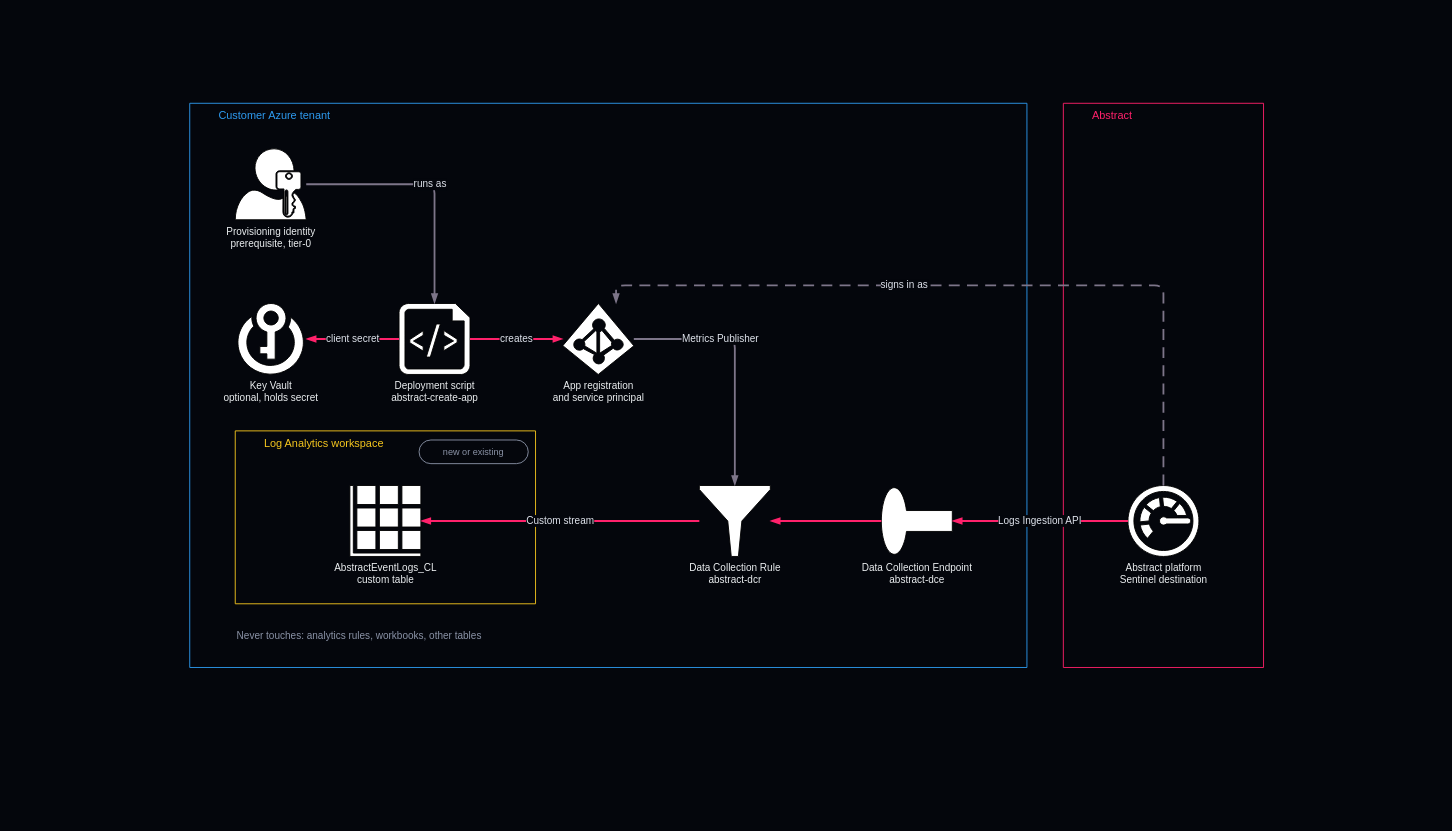
IamABS3C/abstract-cloud-templates keeps this draw.io diagram as templates/azure/azure-destination-sentinel-app-by-script/diagram.drawio. Above is the earlier version. Source tidied: cells renumbered, new cells numbered last; positions are measured from the earlier drawing's top-left corner, leaving out a move shared by most shapes. Both pictures are drawn from the tidied source at 91%, with x=0, y=0 at pixel (189, 103). Pictures stored in the file or linked from it are replaced by grey dashed boxes.
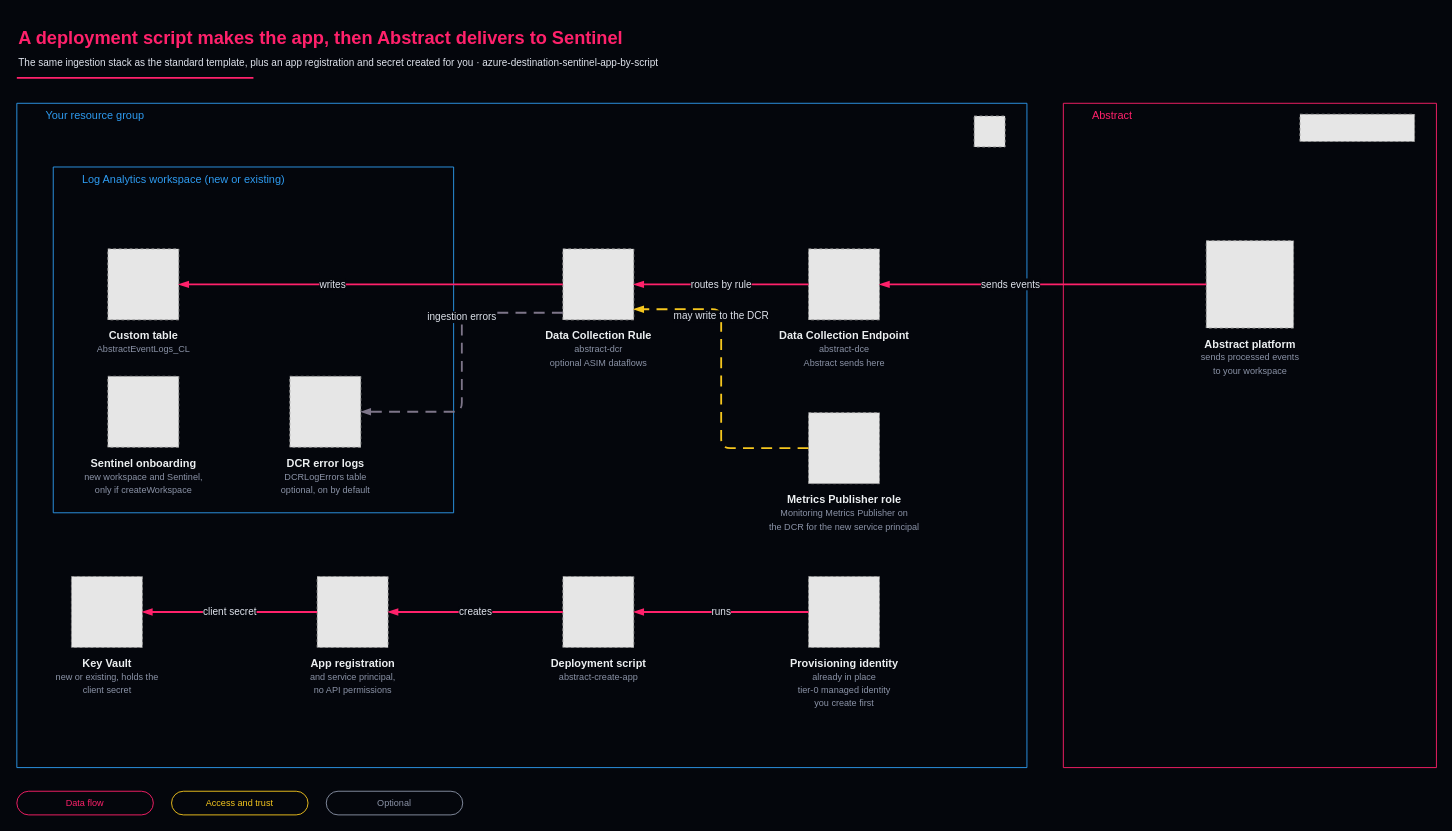
After the change.

What changed in the source:
```diff
@@
-    <mxCell id="2" value="Customer Azure tenant" style="gradientColor=none;html=1;whiteSpace=wrap;fontSize=12;fontStyle=0;shape=mxgraph.aws4.group;grStroke=1;strokeColor=#2e9bf0;fillColor=none;verticalAlign=top;fontColor=#2e9bf0;align=left;spacingLeft=30;" parent="1" vertex="1">
-      <mxGeometry width="920" height="620" as="geometry" />
-    </mxCell>
+    <mxCell id="23" value="Your resource group" style="gradientColor=none;html=1;whiteSpace=wrap;fontSize=12;fontStyle=0;shape=mxgraph.aws4.group;grStroke=1;strokeColor=#2e9bf0;fillColor=none;verticalAlign=top;fontColor=#2e9bf0;align=left;spacingLeft=30;" parent="1" vertex="1">
+      <mxGeometry x="-190" width="1110" height="730" as="geometry" />
+    </mxCell>
     <mxCell id="3" value="Abstract" style="gradientColor=none;html=1;whiteSpace=wrap;fontSize=12;fontStyle=0;shape=mxgraph.aws4.group;grStroke=1;strokeColor=#FF216B;fillColor=none;verticalAlign=top;fontColor=#FF216B;align=left;spacingLeft=30;" parent="1" vertex="1">
-      <mxGeometry x="960" width="220" height="620" as="geometry" />
+      <mxGeometry x="960" width="410" height="730" as="geometry" />
     </mxCell>
-    <mxCell id="4" value="Log Analytics workspace" style="gradientColor=none;html=1;whiteSpace=wrap;fontSize=12;fontStyle=0;shape=mxgraph.aws4.group;grStroke=1;strokeColor=#f5c61e;fillColor=none;verticalAlign=top;fontColor=#f5c61e;align=left;spacingLeft=30;" parent="2" vertex="1">
-      <mxGeometry x="50" y="360" width="330" height="190" as="geometry" />
+    <mxCell id="4" value="Log Analytics workspace (new or existing)" style="gradientColor=none;html=1;whiteSpace=wrap;fontSize=12;fontStyle=0;shape=mxgraph.aws4.group;grStroke=1;strokeColor=#2e9bf0;fillColor=none;verticalAlign=top;fontColor=#2e9bf0;align=left;spacingLeft=30;" parent="23" vertex="1">
+      <mxGeometry x="40" y="70" width="440" height="380" as="geometry" />
     </mxCell>
-    <mxCell id="5" value="AbstractEventLogs_CL&lt;br&gt;custom table" style="sketch=0;html=1;outlineConnect=0;fontColor=#ECEFF1;verticalLabelPosition=bottom;verticalAlign=top;align=center;fontSize=11;shape=mxgraph.mscae.enterprise.table;" parent="4" vertex="1">
-      <mxGeometry x="126" y="60" width="78" height="78" as="geometry" />
-    </mxCell>
+    <mxCell id="24" style="fillColor=#E6E6E6;strokeColor=#999999;dashed=1;html=1;verticalLabelPosition=bottom;verticalAlign=top;align=center;fontColor=#ECEFF1;fontSize=12;fontFamily=Barlow;spacingTop=4;" parent="23" vertex="1">
+      <mxGeometry x="1052" y="14" width="34" height="34" as="geometry" />
+    </mxCell>
+    <mxCell id="25" style="fillColor=#E6E6E6;strokeColor=#999999;dashed=1;html=1;verticalLabelPosition=bottom;verticalAlign=top;align=center;fontColor=#ECEFF1;fontSize=12;fontFamily=Barlow;spacingTop=4;" parent="3" vertex="1">
+      <mxGeometry x="260" y="12" width="126" height="30" as="geometry" />
+    </mxCell>
+    <mxCell id="26" value="&lt;b&gt;Abstract platform&lt;/b&gt;&lt;br&gt;&lt;span style='font-size:10px;color:#8b93a7'&gt;sends processed events&lt;br&gt;to your workspace&lt;/span&gt;" style="fillColor=#E6E6E6;strokeColor=#999999;dashed=1;html=1;verticalLabelPosition=bottom;verticalAlign=top;align=center;fontColor=#ECEFF1;fontSize=12;fontFamily=Barlow;spacingTop=4;" parent="3" vertex="1">
+      <mxGeometry x="157" y="151" width="96" height="96" as="geometry" />
+    </mxCell>
+    <mxCell id="7" value="&lt;b&gt;Data Collection Endpoint&lt;/b&gt;&lt;br&gt;&lt;span style='font-size:10px;color:#8b93a7'&gt;abstract-dce&lt;br&gt;Abstract sends here&lt;/span&gt;" style="fillColor=#E6E6E6;strokeColor=#999999;dashed=1;html=1;verticalLabelPosition=bottom;verticalAlign=top;align=center;fontColor=#ECEFF1;fontSize=12;fontFamily=Barlow;spacingTop=4;" parent="23" vertex="1">
+      <mxGeometry x="870" y="160" width="78" height="78" as="geometry" />
+    </mxCell>
-    <mxCell id="6" value="Data Collection Rule&lt;br&gt;abstract-dcr" style="sketch=0;html=1;outlineConnect=0;fontColor=#ECEFF1;verticalLabelPosition=bottom;verticalAlign=top;align=center;fontSize=11;shape=mxgraph.mscae.enterprise.filter;" parent="2" vertex="1">
-      <mxGeometry x="560" y="420" width="78" height="78" as="geometry" />
+    <mxCell id="6" value="&lt;b&gt;Data Collection Rule&lt;/b&gt;&lt;br&gt;&lt;span style='font-size:10px;color:#8b93a7'&gt;abstract-dcr&lt;br&gt;optional ASIM dataflows&lt;/span&gt;" style="fillColor=#E6E6E6;strokeColor=#999999;dashed=1;html=1;verticalLabelPosition=bottom;verticalAlign=top;align=center;fontColor=#ECEFF1;fontSize=12;fontFamily=Barlow;spacingTop=4;" parent="23" vertex="1">
+      <mxGeometry x="600" y="160" width="78" height="78" as="geometry" />
     </mxCell>
-    <mxCell id="7" value="Data Collection Endpoint&lt;br&gt;abstract-dce" style="sketch=0;html=1;outlineConnect=0;fontColor=#ECEFF1;verticalLabelPosition=bottom;verticalAlign=top;align=center;fontSize=11;shape=mxgraph.azure.service_endpoint;" parent="2" vertex="1">
-      <mxGeometry x="760" y="420" width="78" height="78" as="geometry" />
-    </mxCell>
-    <mxCell id="8" value="Abstract platform&lt;br&gt;Sentinel destination" style="sketch=0;html=1;outlineConnect=0;fontColor=#ECEFF1;verticalLabelPosition=bottom;verticalAlign=top;align=center;fontSize=11;shape=mxgraph.mscae.cloud.monitor;" parent="3" vertex="1">
-      <mxGeometry x="71" y="420" width="78" height="78" as="geometry" />
-    </mxCell>
-    <mxCell id="9" value="Provisioning identity&lt;br&gt;prerequisite, tier-0" style="sketch=0;html=1;outlineConnect=0;fontColor=#ECEFF1;verticalLabelPosition=bottom;verticalAlign=top;align=center;fontSize=11;shape=mxgraph.mscae.enterprise.user_permissions;" parent="2" vertex="1">
-      <mxGeometry x="50" y="50" width="78" height="78" as="geometry" />
-    </mxCell>
-    <mxCell id="10" value="Key Vault&lt;br&gt;optional, holds secret" style="sketch=0;html=1;outlineConnect=0;fontColor=#ECEFF1;verticalLabelPosition=bottom;verticalAlign=top;align=center;fontSize=11;shape=mxgraph.mscae.cloud.key_vault;" parent="2" vertex="1">
-      <mxGeometry x="50" y="220" width="78" height="78" as="geometry" />
-    </mxCell>
+    <mxCell id="27" value="&lt;b&gt;Custom table&lt;/b&gt;&lt;br&gt;&lt;span style='font-size:10px;color:#8b93a7'&gt;AbstractEventLogs_CL&lt;/span&gt;" style="fillColor=#E6E6E6;strokeColor=#999999;dashed=1;html=1;verticalLabelPosition=bottom;verticalAlign=top;align=center;fontColor=#ECEFF1;fontSize=12;fontFamily=Barlow;spacingTop=4;" parent="4" vertex="1">
+      <mxGeometry x="60" y="90" width="78" height="78" as="geometry" />
+    </mxCell>
+    <mxCell id="28" value="&lt;b&gt;Sentinel onboarding&lt;/b&gt;&lt;br&gt;&lt;span style='font-size:10px;color:#8b93a7'&gt;new workspace and Sentinel,&lt;br&gt;only if createWorkspace&lt;/span&gt;" style="fillColor=#E6E6E6;strokeColor=#999999;dashed=1;html=1;verticalLabelPosition=bottom;verticalAlign=top;align=center;fontColor=#ECEFF1;fontSize=12;fontFamily=Barlow;spacingTop=4;" parent="4" vertex="1">
+      <mxGeometry x="60" y="230" width="78" height="78" as="geometry" />
+    </mxCell>
+    <mxCell id="29" value="&lt;b&gt;DCR error logs&lt;/b&gt;&lt;br&gt;&lt;span style='font-size:10px;color:#8b93a7'&gt;DCRLogErrors table&lt;br&gt;optional, on by default&lt;/span&gt;" style="fillColor=#E6E6E6;strokeColor=#999999;dashed=1;html=1;verticalLabelPosition=bottom;verticalAlign=top;align=center;fontColor=#ECEFF1;fontSize=12;fontFamily=Barlow;spacingTop=4;" parent="4" vertex="1">
+      <mxGeometry x="260" y="230" width="78" height="78" as="geometry" />
+    </mxCell>
+    <mxCell id="30" value="&lt;b&gt;Metrics Publisher role&lt;/b&gt;&lt;br&gt;&lt;span style='font-size:10px;color:#8b93a7'&gt;Monitoring Metrics Publisher on&lt;br&gt;the DCR for the new service principal&lt;/span&gt;" style="fillColor=#E6E6E6;strokeColor=#999999;dashed=1;html=1;verticalLabelPosition=bottom;verticalAlign=top;align=center;fontColor=#ECEFF1;fontSize=12;fontFamily=Barlow;spacingTop=4;" parent="23" vertex="1">
+      <mxGeometry x="870" y="340" width="78" height="78" as="geometry" />
+    </mxCell>
+    <mxCell id="31" value="&lt;b&gt;Provisioning identity&lt;/b&gt;&lt;br&gt;&lt;span style='font-size:10px;color:#8b93a7'&gt;already in place&lt;br&gt;tier-0 managed identity&lt;br&gt;you create first&lt;/span&gt;" style="fillColor=#E6E6E6;strokeColor=#999999;dashed=1;html=1;verticalLabelPosition=bottom;verticalAlign=top;align=center;fontColor=#ECEFF1;fontSize=12;fontFamily=Barlow;spacingTop=4;" parent="23" vertex="1">
+      <mxGeometry x="870" y="520" width="78" height="78" as="geometry" />
+    </mxCell>
-    <mxCell id="11" value="Deployment script&lt;br&gt;abstract-create-app" style="sketch=0;html=1;outlineConnect=0;fontColor=#ECEFF1;verticalLabelPosition=bottom;verticalAlign=top;align=center;fontSize=11;shape=mxgraph.azure.script_file;" parent="2" vertex="1">
-      <mxGeometry x="230" y="220" width="78" height="78" as="geometry" />
+    <mxCell id="11" value="&lt;b&gt;Deployment script&lt;/b&gt;&lt;br&gt;&lt;span style='font-size:10px;color:#8b93a7'&gt;abstract-create-app&lt;/span&gt;" style="fillColor=#E6E6E6;strokeColor=#999999;dashed=1;html=1;verticalLabelPosition=bottom;verticalAlign=top;align=center;fontColor=#ECEFF1;fontSize=12;fontFamily=Barlow;spacingTop=4;" parent="23" vertex="1">
+      <mxGeometry x="600" y="520" width="78" height="78" as="geometry" />
     </mxCell>
-    <mxCell id="12" value="App registration&lt;br&gt;and service principal" style="sketch=0;html=1;outlineConnect=0;fontColor=#ECEFF1;verticalLabelPosition=bottom;verticalAlign=top;align=center;fontSize=11;shape=mxgraph.mscae.cloud.active_directory;" parent="2" vertex="1">
-      <mxGeometry x="410" y="220" width="78" height="78" as="geometry" />
+    <mxCell id="12" value="&lt;b&gt;App registration&lt;/b&gt;&lt;br&gt;&lt;span style='font-size:10px;color:#8b93a7'&gt;and service principal,&lt;br&gt;no API permissions&lt;/span&gt;" style="fillColor=#E6E6E6;strokeColor=#999999;dashed=1;html=1;verticalLabelPosition=bottom;verticalAlign=top;align=center;fontColor=#ECEFF1;fontSize=12;fontFamily=Barlow;spacingTop=4;" parent="23" vertex="1">
+      <mxGeometry x="330" y="520" width="78" height="78" as="geometry" />
     </mxCell>
+    <mxCell id="10" value="&lt;b&gt;Key Vault&lt;/b&gt;&lt;br&gt;&lt;span style='font-size:10px;color:#8b93a7'&gt;new or existing, holds the&lt;br&gt;client secret&lt;/span&gt;" style="fillColor=#E6E6E6;strokeColor=#999999;dashed=1;html=1;verticalLabelPosition=bottom;verticalAlign=top;align=center;fontColor=#ECEFF1;fontSize=12;fontFamily=Barlow;spacingTop=4;" parent="23" vertex="1">
+      <mxGeometry x="60" y="520" width="78" height="78" as="geometry" />
+    </mxCell>
-    <mxCell id="13" value="Logs Ingestion API" style="edgeStyle=orthogonalEdgeStyle;rounded=1;html=1;jettySize=auto;strokeColor=#FF216B;strokeWidth=2;fontColor=#dfe3ec;fontFamily=Barlow;fontSize=11;labelBackgroundColor=#04060c;endArrow=blockThin;endFill=1;flowAnimation=1;exitX=0;exitY=0.5;exitDx=0;exitDy=0;entryX=1;entryY=0.5;entryDx=0;entryDy=0;" parent="1" edge="1" source="8" target="7">
-      <mxGeometry relative="1" as="geometry" />
+    <mxCell id="13" value="sends events" style="edgeStyle=orthogonalEdgeStyle;rounded=1;html=1;jettySize=auto;strokeColor=#FF216B;strokeWidth=2;fontColor=#dfe3ec;fontFamily=Barlow;fontSize=11;labelBackgroundColor=#04060c;endArrow=blockThin;endFill=1;exitX=0;exitY=0.5;exitDx=0;exitDy=0;entryX=1;entryY=0.5;entryDx=0;entryDy=0;" parent="1" edge="1" source="26" target="7">
+      <mxGeometry x="0.2" relative="1" as="geometry" />
     </mxCell>
-    <mxCell id="14" style="edgeStyle=orthogonalEdgeStyle;rounded=1;html=1;jettySize=auto;strokeColor=#FF216B;strokeWidth=2;fontColor=#dfe3ec;fontFamily=Barlow;fontSize=11;labelBackgroundColor=#04060c;endArrow=blockThin;endFill=1;flowAnimation=1;exitX=0;exitY=0.5;exitDx=0;exitDy=0;entryX=1;entryY=0.5;entryDx=0;entryDy=0;" parent="1" edge="1" source="7" target="6">
+    <mxCell id="14" value="routes by rule" style="edgeStyle=orthogonalEdgeStyle;rounded=1;html=1;jettySize=auto;strokeColor=#FF216B;strokeWidth=2;fontColor=#dfe3ec;fontFamily=Barlow;fontSize=11;labelBackgroundColor=#04060c;endArrow=blockThin;endFill=1;exitX=0;exitY=0.5;exitDx=0;exitDy=0;entryX=1;entryY=0.5;entryDx=0;entryDy=0;" parent="1" edge="1" source="7" target="6">
       <mxGeometry relative="1" as="geometry" />
     </mxCell>
-    <mxCell id="15" value="Custom stream" style="edgeStyle=orthogonalEdgeStyle;rounded=1;html=1;jettySize=auto;strokeColor=#FF216B;strokeWidth=2;fontColor=#dfe3ec;fontFamily=Barlow;fontSize=11;labelBackgroundColor=#04060c;endArrow=blockThin;endFill=1;flowAnimation=1;exitX=0;exitY=0.5;exitDx=0;exitDy=0;entryX=1;entryY=0.5;entryDx=0;entryDy=0;" parent="1" edge="1" source="6" target="5">
-      <mxGeometry relative="1" as="geometry" />
+    <mxCell id="15" value="writes" style="edgeStyle=orthogonalEdgeStyle;rounded=1;html=1;jettySize=auto;strokeColor=#FF216B;strokeWidth=2;fontColor=#dfe3ec;fontFamily=Barlow;fontSize=11;labelBackgroundColor=#04060c;endArrow=blockThin;endFill=1;exitX=0;exitY=0.5;exitDx=0;exitDy=0;entryX=1;entryY=0.5;entryDx=0;entryDy=0;" parent="1" edge="1" source="6" target="27">
+      <mxGeometry x="0.2" relative="1" as="geometry" />
     </mxCell>
-    <mxCell id="16" value="runs as" style="edgeStyle=orthogonalEdgeStyle;rounded=1;html=1;jettySize=auto;strokeColor=#7D7589;strokeWidth=2;fontColor=#dfe3ec;fontFamily=Barlow;fontSize=11;labelBackgroundColor=#04060c;endArrow=blockThin;endFill=1;exitX=1;exitY=0.5;exitDx=0;exitDy=0;entryX=0.5;entryY=0;entryDx=0;entryDy=0;" parent="1" edge="1" source="9" target="11">
-      <mxGeometry relative="1" as="geometry" />
+    <mxCell id="16" value="ingestion errors" style="edgeStyle=orthogonalEdgeStyle;rounded=1;html=1;jettySize=auto;strokeColor=#7D7589;strokeWidth=2;fontColor=#dfe3ec;fontFamily=Barlow;fontSize=11;labelBackgroundColor=#04060c;endArrow=blockThin;endFill=1;exitX=0;exitY=0.9;exitDx=0;exitDy=0;entryX=1;entryY=0.5;entryDx=0;entryDy=0;dashed=1;dashPattern=6 4;" parent="1" edge="1" source="6" target="29">
+      <mxGeometry x="-0.3" relative="1" as="geometry" />
     </mxCell>
-    <mxCell id="17" value="client secret" style="edgeStyle=orthogonalEdgeStyle;rounded=1;html=1;jettySize=auto;strokeColor=#FF216B;strokeWidth=2;fontColor=#dfe3ec;fontFamily=Barlow;fontSize=11;labelBackgroundColor=#04060c;endArrow=blockThin;endFill=1;flowAnimation=1;exitX=0;exitY=0.5;exitDx=0;exitDy=0;entryX=1;entryY=0.5;entryDx=0;entryDy=0;" parent="1" edge="1" source="11" target="10">
-      <mxGeometry relative="1" as="geometry" />
+    <mxCell id="17" value="may write to the DCR" style="edgeStyle=orthogonalEdgeStyle;rounded=1;html=1;jettySize=auto;strokeColor=#f5c61e;strokeWidth=2;fontColor=#dfe3ec;fontFamily=Barlow;fontSize=11;labelBackgroundColor=#04060c;endArrow=blockThin;endFill=1;exitX=0;exitY=0.5;exitDx=0;exitDy=0;entryX=1;entryY=0.85;entryDx=0;entryDy=0;dashed=1;dashPattern=6 4;" parent="1" edge="1" source="30" target="6">
+      <mxGeometry x="0.4" relative="1" as="geometry" />
     </mxCell>
-    <mxCell id="18" value="creates" style="edgeStyle=orthogonalEdgeStyle;rounded=1;html=1;jettySize=auto;strokeColor=#FF216B;strokeWidth=2;fontColor=#dfe3ec;fontFamily=Barlow;fontSize=11;labelBackgroundColor=#04060c;endArrow=blockThin;endFill=1;flowAnimation=1;exitX=1;exitY=0.5;exitDx=0;exitDy=0;entryX=0;entryY=0.5;entryDx=0;entryDy=0;" parent="1" edge="1" source="11" target="12">
+    <mxCell id="18" value="runs" style="edgeStyle=orthogonalEdgeStyle;rounded=1;html=1;jettySize=auto;strokeColor=#FF216B;strokeWidth=2;fontColor=#dfe3ec;fontFamily=Barlow;fontSize=11;labelBackgroundColor=#04060c;endArrow=blockThin;endFill=1;exitX=0;exitY=0.5;exitDx=0;exitDy=0;entryX=1;entryY=0.5;entryDx=0;entryDy=0;" parent="1" edge="1" source="31" target="11">
       <mxGeometry relative="1" as="geometry" />
     </mxCell>
-    <mxCell id="19" value="Metrics Publisher" style="edgeStyle=orthogonalEdgeStyle;rounded=1;html=1;jettySize=auto;strokeColor=#7D7589;strokeWidth=2;fontColor=#dfe3ec;fontFamily=Barlow;fontSize=11;labelBackgroundColor=#04060c;endArrow=blockThin;endFill=1;exitX=1;exitY=0.5;exitDx=0;exitDy=0;entryX=0.5;entryY=0;entryDx=0;entryDy=0;" parent="1" edge="1" source="12" target="6">
-      <mxGeometry x="-0.3" relative="1" as="geometry" />
+    <mxCell id="19" value="creates" style="edgeStyle=orthogonalEdgeStyle;rounded=1;html=1;jettySize=auto;strokeColor=#FF216B;strokeWidth=2;fontColor=#dfe3ec;fontFamily=Barlow;fontSize=11;labelBackgroundColor=#04060c;endArrow=blockThin;endFill=1;exitX=0;exitY=0.5;exitDx=0;exitDy=0;entryX=1;entryY=0.5;entryDx=0;entryDy=0;" parent="1" edge="1" source="11" target="12">
+      <mxGeometry relative="1" as="geometry" />
     </mxCell>
-    <mxCell id="20" value="signs in as" style="edgeStyle=orthogonalEdgeStyle;rounded=1;html=1;jettySize=auto;strokeColor=#7D7589;strokeWidth=2;fontColor=#dfe3ec;fontFamily=Barlow;fontSize=11;labelBackgroundColor=#04060c;endArrow=blockThin;endFill=1;exitX=0.5;exitY=0;exitDx=0;exitDy=0;entryX=0.75;entryY=0;entryDx=0;entryDy=0;dashed=1;dashPattern=6 4;" parent="1" edge="1" source="8" target="12">
-      <mxGeometry x="0.2" relative="1" as="geometry" />
+    <mxCell id="20" value="client secret" style="edgeStyle=orthogonalEdgeStyle;rounded=1;html=1;jettySize=auto;strokeColor=#FF216B;strokeWidth=2;fontColor=#dfe3ec;fontFamily=Barlow;fontSize=11;labelBackgroundColor=#04060c;endArrow=blockThin;endFill=1;exitX=0;exitY=0.5;exitDx=0;exitDy=0;entryX=1;entryY=0.5;entryDx=0;entryDy=0;" parent="1" edge="1" source="12" target="10">
+      <mxGeometry relative="1" as="geometry" />
     </mxCell>
-    <mxCell id="21" value="new or existing" style="rounded=1;arcSize=50;html=1;whiteSpace=wrap;fillColor=#04060c;strokeColor=#8b93a7;strokeWidth=1;fontColor=#8b93a7;fontFamily=JetBrains Mono;fontSize=10;verticalAlign=middle;align=center;" parent="1" vertex="1">
-      <mxGeometry x="252" y="370" width="120" height="26" as="geometry" />
-    </mxCell>
-    <mxCell id="22" value="Never touches: analytics rules, workbooks, other tables" style="text;html=1;align=left;verticalAlign=top;whiteSpace=wrap;fontFamily=Barlow;fontColor=#8b93a7;fontSize=11;" parent="1" vertex="1">
-      <mxGeometry x="50" y="572" width="420" height="24" as="geometry" />
-    </mxCell>
+    <mxCell id="32" value="&lt;span style='font-size:20px;color:#FF216B'&gt;&lt;b&gt;A deployment script makes the app, then Abstract delivers to Sentinel&lt;/b&gt;&lt;/span&gt;&lt;br&gt;&lt;span style='font-size:11px'&gt;The same ingestion stack as the standard template, plus an app registration and secret created for you   ·   azure-destination-sentinel-app-by-script&lt;/span&gt;" style="text;html=1;align=left;verticalAlign=middle;whiteSpace=wrap;fontFamily=Barlow Semi Condensed;fontColor=#dfe3ec;fontSize=20;" parent="1" vertex="1">
+      <mxGeometry x="-190" y="-96" width="1200" height="70" as="geometry" />
+    </mxCell>
+    <mxCell id="33" style="line;strokeWidth=2;html=1;strokeColor=#FF216B;" parent="1" vertex="1">
+      <mxGeometry x="-190" y="-32" width="260" height="8" as="geometry" />
+    </mxCell>
+    <mxCell id="34" value="Data flow" style="rounded=1;arcSize=50;html=1;whiteSpace=wrap;fillColor=#04060c;strokeColor=#FF216B;strokeWidth=1;fontColor=#FF216B;fontFamily=JetBrains Mono;fontSize=10;verticalAlign=middle;align=center;" parent="1" vertex="1">
+      <mxGeometry x="-190" y="756" width="150" height="26" as="geometry" />
+    </mxCell>
+    <mxCell id="35" value="Access and trust" style="rounded=1;arcSize=50;html=1;whiteSpace=wrap;fillColor=#04060c;strokeColor=#f5c61e;strokeWidth=1;fontColor=#f5c61e;fontFamily=JetBrains Mono;fontSize=10;verticalAlign=middle;align=center;" parent="1" vertex="1">
+      <mxGeometry x="-20" y="756" width="150" height="26" as="geometry" />
+    </mxCell>
+    <mxCell id="36" value="Optional" style="rounded=1;arcSize=50;html=1;whiteSpace=wrap;fillColor=#04060c;strokeColor=#8b93a7;strokeWidth=1;fontColor=#8b93a7;fontFamily=JetBrains Mono;fontSize=10;verticalAlign=middle;align=center;" parent="1" vertex="1">
+      <mxGeometry x="150" y="756" width="150" height="26" as="geometry" />
+    </mxCell>
```
